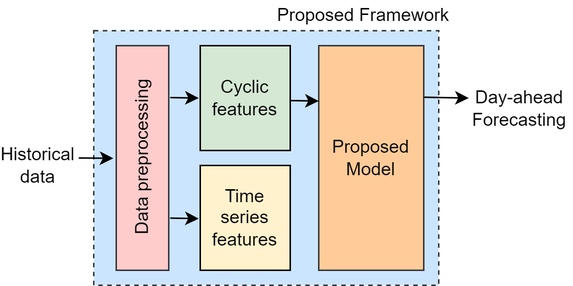
buntueng/R-PV-Forecasting keeps this draw.io diagram as Figure/ProposedModel.png. Above is the earlier version. Source tidied: cells renumbered, new cells last; positions are measured from the earlier drawing's top-left corner, leaving out a move shared by most shapes.
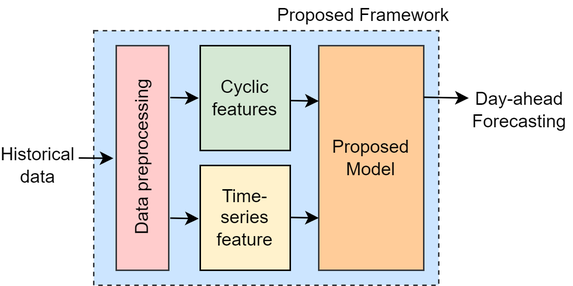
Later version of the same file.

Commit message:
update model figure

The edit, as a diff of the source:
```diff
@@ -8,7 +8,7 @@
     <mxCell id="3" value="Cyclic features" style="rounded=0;whiteSpace=wrap;html=1;fillColor=#d5e8d4;strokeColor=#000000;" parent="1" vertex="1">
       <mxGeometry x="133" y="30" width="60" height="70" as="geometry" />
     </mxCell>
-    <mxCell id="4" value="Time series features" style="rounded=0;whiteSpace=wrap;html=1;fillColor=#fff2cc;strokeColor=#000000;" parent="1" vertex="1">
+    <mxCell id="4" value="Time-series feature" style="rounded=0;whiteSpace=wrap;html=1;fillColor=#fff2cc;strokeColor=#000000;" parent="1" vertex="1">
       <mxGeometry x="133" y="110" width="60" height="70" as="geometry" />
     </mxCell>
     <mxCell id="5" value="Proposed&lt;div&gt;Model&lt;/div&gt;" style="rounded=0;whiteSpace=wrap;html=1;fillColor=#ffcc99;strokeColor=#36393d;" parent="1" vertex="1">
@@ -56,5 +56,11 @@
         <mxPoint x="212" y="67" as="targetPoint" />
       </mxGeometry>
     </mxCell>
+    <mxCell id="15" style="endArrow=classic;html=1;rounded=0;" parent="1" edge="1">
+      <mxGeometry relative="1" as="geometry">
+        <mxPoint x="193" y="144.7" as="sourcePoint" />
+        <mxPoint x="212" y="145.1" as="targetPoint" />
+      </mxGeometry>
+    </mxCell>
   </root>
 </mxGraphModel>
```
